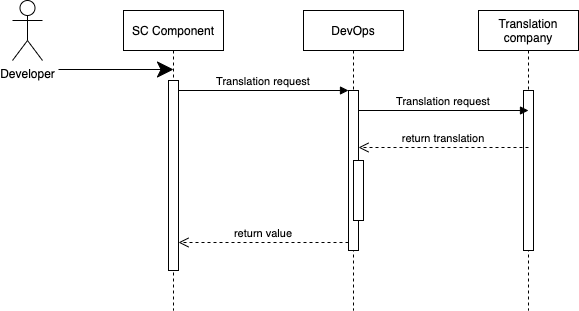
This is zDifferent/SC/Translation.drawio.png from smitbmx/Architecture-Diagrams, a draw.io export, as it was before one commit. Source tidied: cells renumbered, new cells last; positions are measured from the earlier drawing's top-left corner, leaving out a move shared by most shapes.
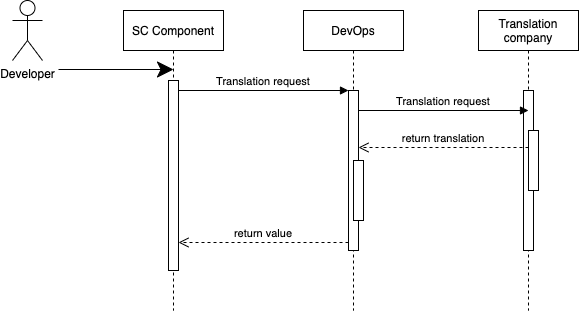
The same file after the commit.

The edit, as a diff of the source:
```diff
@@ -35,6 +35,9 @@
         <mxPoint x="50" y="100" as="targetPoint" />
       </mxGeometry>
     </mxCell>
+    <mxCell id="15" style="perimeter=orthogonalPerimeter;rounded=0;shadow=0;strokeWidth=1;" parent="9" vertex="1">
+      <mxGeometry x="50" y="120" width="10" height="60" as="geometry" />
+    </mxCell>
     <mxCell id="12" value="Developer" style="shape=umlActor;verticalLabelPosition=bottom;verticalAlign=top;html=1;hachureGap=4;" parent="1" vertex="1">
       <mxGeometry width="30" height="60" as="geometry" />
     </mxCell>
```
